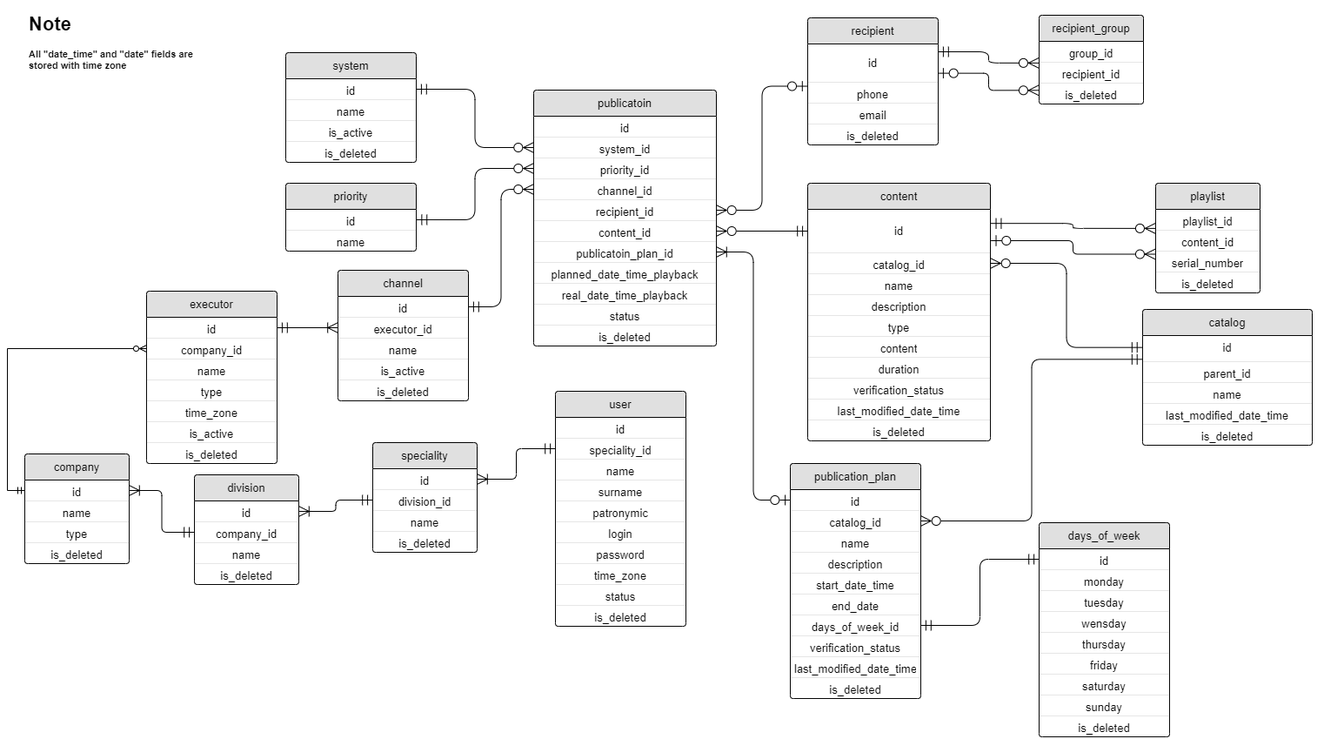
Before: pictures/baza_dannih.png, a diagram exported from draw.io (lehaTumbaev/vokzal-documentation). Source tidied: cells renumbered, new cells last; positions are measured from the earlier drawing's top-left corner, leaving out a move shared by most shapes.
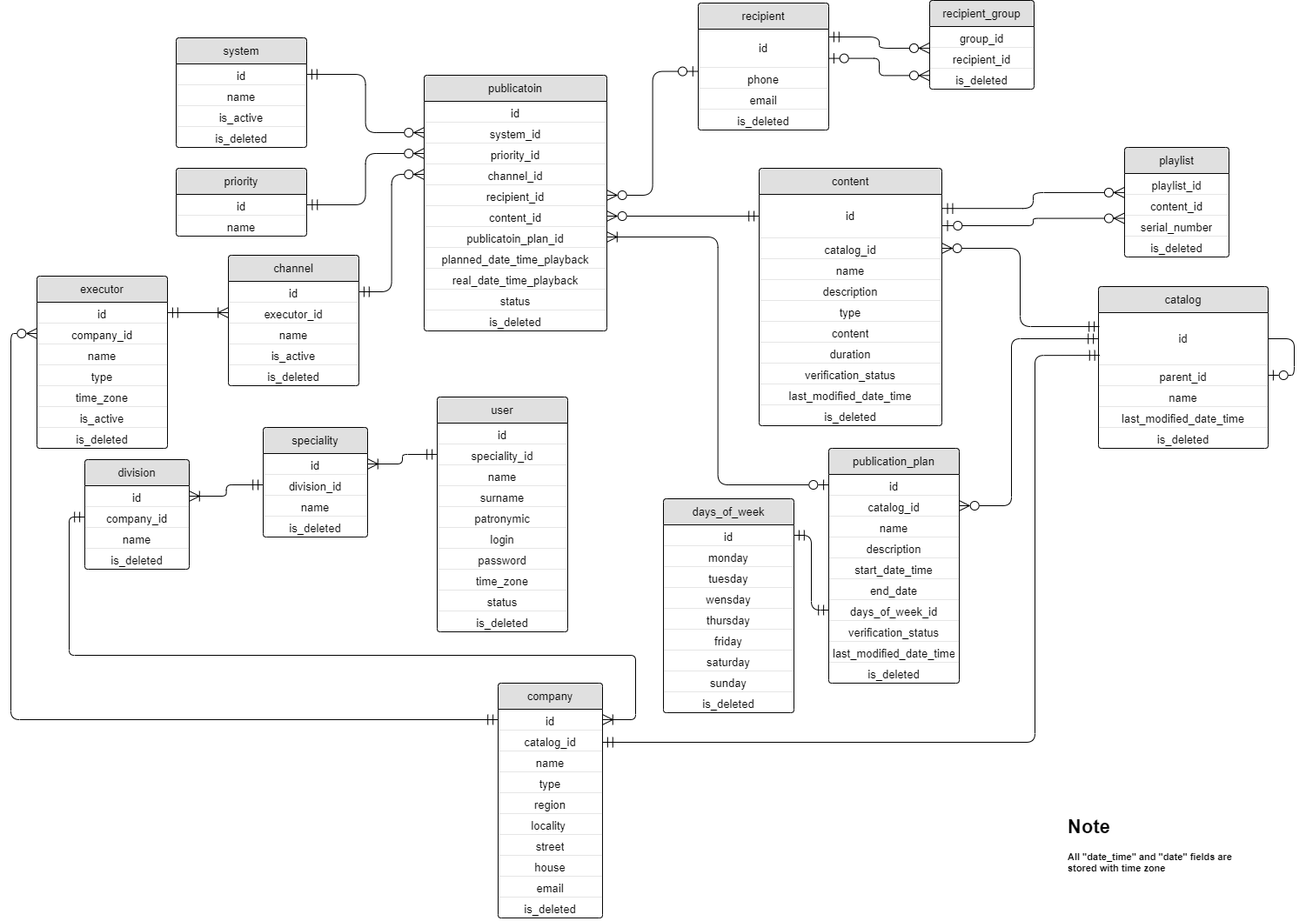
Later version of the same file.

Commit message:
Обновлена таблица company в бд: добавлена связь с catalog, поля для адреса и электронной почты

The edit, as a diff of the source:
```diff
@@ -41,3 +41,3 @@
     <mxCell id="14" value="content" style="html=1;overflow=block;blockSpacing=1;whiteSpace=wrap;swimlane;horizontal=1;fontStyle=0;swimlaneFillColor=#ffffff;startSize=30;whiteSpace=wrap;fontSize=13;align=center;whiteSpace=wrap;spacing=0;strokeOpacity=100;fillOpacity=100;rounded=1;absoluteArcSize=1;arcSize=7.5;strokeWidth=0.8;fillColor=#e0e0e0;" parent="1" vertex="1">
-      <mxGeometry x="900" y="200" width="210" height="296" as="geometry" />
+      <mxGeometry x="970" y="200" width="210" height="296" as="geometry" />
     </mxCell>
@@ -170,3 +170,3 @@
     <mxCell id="57" value="playlist" style="html=1;overflow=block;blockSpacing=1;whiteSpace=wrap;swimlane;horizontal=1;fontStyle=0;swimlaneFillColor=#ffffff;startSize=30;whiteSpace=wrap;fontSize=13;align=center;whiteSpace=wrap;spacing=0;strokeOpacity=100;fillOpacity=100;rounded=1;absoluteArcSize=1;arcSize=7.5;strokeWidth=0.8;fillColor=#e0e0e0;" parent="1" vertex="1">
-      <mxGeometry x="1300" y="200" width="120" height="126" as="geometry" />
+      <mxGeometry x="1390" y="176" width="120" height="126" as="geometry" />
     </mxCell>
@@ -188,18 +188,26 @@
     <mxCell id="63" value="catalog" style="html=1;overflow=block;blockSpacing=1;whiteSpace=wrap;swimlane;horizontal=1;fontStyle=0;swimlaneFillColor=#ffffff;startSize=30;whiteSpace=wrap;fontSize=13;align=center;whiteSpace=wrap;spacing=0;strokeOpacity=100;fillOpacity=100;rounded=1;absoluteArcSize=1;arcSize=7.5;strokeWidth=0.8;fillColor=#e0e0e0;" parent="1" vertex="1">
-      <mxGeometry x="1285" y="345" width="195" height="156" as="geometry" />
+      <mxGeometry x="1360" y="336" width="195" height="186" as="geometry" />
     </mxCell>
+    <mxCell id="134" style="edgeStyle=orthogonalEdgeStyle;rounded=1;jettySize=auto;html=1;exitX=1;exitY=0.5;exitDx=0;exitDy=0;startSize=10;endSize=10;strokeWidth=0.8;endArrow=ERzeroToOne;endFill=0;entryX=1;entryY=0.5;entryDx=0;entryDy=0;" parent="63" edge="1" source="64" target="65">
+      <mxGeometry relative="1" as="geometry">
+        <Array as="points">
+          <mxPoint x="225" y="60" />
+          <mxPoint x="225" y="102" />
+        </Array>
+      </mxGeometry>
+    </mxCell>
-    <mxCell id="64" value="id" style="align=left;verticalAlign=top;spacingLeft=4;spacingRight=4;overflow=hidden;points=[[0,0.5],[1,0.5]];portConstraint=eastwest;html=1;whiteSpace=wrap;swimlaneFillColor=#ffffff;whiteSpace=wrap;fontSize=13;align=center;strokeOpacity=100;fillOpacity=100;opacity=5;" parent="63" vertex="1">
-      <mxGeometry y="30" width="195" height="30" as="geometry" />
+    <mxCell id="64" value="id" style="align=left;verticalAlign=middle;spacingLeft=4;spacingRight=4;overflow=hidden;points=[[0,0.5],[1,0.5]];portConstraint=eastwest;html=1;whiteSpace=wrap;swimlaneFillColor=#ffffff;whiteSpace=wrap;fontSize=13;align=center;strokeOpacity=100;fillOpacity=100;opacity=5;" parent="63" vertex="1">
+      <mxGeometry y="30" width="195" height="60" as="geometry" />
     </mxCell>
     <mxCell id="65" value="parent_id" style="align=left;verticalAlign=top;spacingLeft=4;spacingRight=4;overflow=hidden;points=[[0,0.5],[1,0.5]];portConstraint=eastwest;html=1;whiteSpace=wrap;swimlaneFillColor=#ffffff;whiteSpace=wrap;fontSize=13;align=center;opacity=5;" parent="63" vertex="1">
-      <mxGeometry y="60" width="195" height="24" as="geometry" />
+      <mxGeometry y="90" width="195" height="24" as="geometry" />
     </mxCell>
     <mxCell id="66" value="name" style="align=left;verticalAlign=top;spacingLeft=4;spacingRight=4;overflow=hidden;html=1;whiteSpace=wrap;swimlaneFillColor=#ffffff;whiteSpace=wrap;fontSize=13;align=center;opacity=5;" parent="63" vertex="1">
-      <mxGeometry y="84" width="195" height="24" as="geometry" />
+      <mxGeometry y="114" width="195" height="24" as="geometry" />
     </mxCell>
     <mxCell id="67" value="last_modified_date_time" style="align=left;verticalAlign=top;spacingLeft=4;spacingRight=4;overflow=hidden;html=1;whiteSpace=wrap;swimlaneFillColor=#ffffff;whiteSpace=wrap;fontSize=13;align=center;opacity=5;" parent="63" vertex="1">
-      <mxGeometry y="108" width="195" height="24" as="geometry" />
+      <mxGeometry y="138" width="195" height="24" as="geometry" />
     </mxCell>
     <mxCell id="68" value="is_deleted" style="align=left;verticalAlign=top;spacingLeft=4;spacingRight=4;overflow=hidden;html=1;whiteSpace=wrap;swimlaneFillColor=#ffffff;whiteSpace=wrap;fontSize=13;align=center;strokeOpacity=100;fillOpacity=100;opacity=5;" parent="63" vertex="1">
-      <mxGeometry y="132" width="195" height="24" as="geometry" />
+      <mxGeometry y="162" width="195" height="24" as="geometry" />
     </mxCell>
@@ -213,3 +221,3 @@
     </mxCell>
-    <mxCell id="70" style="html=1;jettySize=18;whiteSpace=wrap;fontSize=13;strokeOpacity=100;strokeWidth=0.8;rounded=1;arcSize=24;edgeStyle=orthogonalEdgeStyle;startArrow=ERmandOne;startSize=10;endArrow=ERzeroToMany;endSize=10;exitX=-0.002;exitY=0.28;exitPerimeter=0;entryX=1;entryY=0.5;entryDx=0;entryDy=0;" parent="1" edge="1" source="63" target="16">
+    <mxCell id="70" style="html=1;jettySize=18;whiteSpace=wrap;fontSize=13;strokeOpacity=100;strokeWidth=0.8;rounded=1;arcSize=24;edgeStyle=orthogonalEdgeStyle;startArrow=ERmandOne;startSize=10;endArrow=ERzeroToMany;endSize=10;exitX=0.005;exitY=0.267;exitPerimeter=0;entryX=1;entryY=0.5;entryDx=0;entryDy=0;exitDx=0;exitDy=0;" parent="1" edge="1" source="64" target="16">
       <mxGeometry relative="1" as="geometry" />
@@ -220,3 +228,3 @@
     <mxCell id="72" value="publication_plan" style="html=1;overflow=block;blockSpacing=1;whiteSpace=wrap;swimlane;horizontal=1;fontStyle=0;swimlaneFillColor=#ffffff;startSize=30;whiteSpace=wrap;fontSize=13;align=center;whiteSpace=wrap;spacing=0;strokeOpacity=100;fillOpacity=100;rounded=1;absoluteArcSize=1;arcSize=7.5;strokeWidth=0.8;fillColor=#e0e0e0;" parent="1" vertex="1">
-      <mxGeometry x="880" y="522" width="150" height="270" as="geometry" />
+      <mxGeometry x="1050" y="522" width="150" height="270" as="geometry" />
     </mxCell>
@@ -279,3 +287,3 @@
     <mxCell id="91" value="user" style="html=1;overflow=block;blockSpacing=1;whiteSpace=wrap;swimlane;horizontal=1;fontStyle=0;swimlaneFillColor=#ffffff;startSize=30;whiteSpace=wrap;fontSize=13;align=center;whiteSpace=wrap;spacing=0;strokeOpacity=100;fillOpacity=100;rounded=1;absoluteArcSize=1;arcSize=7.5;strokeWidth=0.8;fillColor=#e0e0e0;" parent="1" vertex="1">
-      <mxGeometry x="610" y="439" width="150" height="270" as="geometry" />
+      <mxGeometry x="600" y="463" width="150" height="270" as="geometry" />
     </mxCell>
@@ -312,3 +320,3 @@
     <mxCell id="102" value="company" style="html=1;overflow=block;blockSpacing=1;whiteSpace=wrap;swimlane;horizontal=1;fontStyle=0;swimlaneFillColor=#ffffff;startSize=30;whiteSpace=wrap;fontSize=13;align=center;whiteSpace=wrap;spacing=0;strokeOpacity=100;fillOpacity=100;rounded=1;absoluteArcSize=1;arcSize=7.5;strokeWidth=0.8;fillColor=#e0e0e0;" parent="1" vertex="1">
-      <mxGeometry y="511" width="120" height="126" as="geometry" />
+      <mxGeometry x="670" y="792" width="120" height="270" as="geometry" />
     </mxCell>
@@ -317,11 +325,29 @@
     </mxCell>
+    <mxCell id="135" value="catalog_id" style="align=left;verticalAlign=top;spacingLeft=4;spacingRight=4;overflow=hidden;html=1;whiteSpace=wrap;swimlaneFillColor=#ffffff;whiteSpace=wrap;fontSize=13;align=center;strokeOpacity=100;fillOpacity=100;opacity=5;" parent="102" vertex="1">
+      <mxGeometry y="54" width="120" height="24" as="geometry" />
+    </mxCell>
     <mxCell id="104" value="name" style="align=left;verticalAlign=top;spacingLeft=4;spacingRight=4;overflow=hidden;html=1;whiteSpace=wrap;swimlaneFillColor=#ffffff;whiteSpace=wrap;fontSize=13;align=center;opacity=5;" parent="102" vertex="1">
-      <mxGeometry y="54" width="120" height="24" as="geometry" />
+      <mxGeometry y="78" width="120" height="24" as="geometry" />
     </mxCell>
     <mxCell id="105" value="type" style="align=left;verticalAlign=top;spacingLeft=4;spacingRight=4;overflow=hidden;html=1;whiteSpace=wrap;swimlaneFillColor=#ffffff;whiteSpace=wrap;fontSize=13;align=center;strokeOpacity=100;fillOpacity=100;opacity=5;" parent="102" vertex="1">
-      <mxGeometry y="78" width="120" height="24" as="geometry" />
+      <mxGeometry y="102" width="120" height="24" as="geometry" />
     </mxCell>
-    <mxCell id="106" value="is_deleted" style="align=left;verticalAlign=top;spacingLeft=4;spacingRight=4;overflow=hidden;html=1;whiteSpace=wrap;swimlaneFillColor=#ffffff;whiteSpace=wrap;fontSize=13;align=center;opacity=5;" parent="102" vertex="1">
-      <mxGeometry y="102" width="120" height="24" as="geometry" />
+    <mxCell id="106" value="region" style="align=left;verticalAlign=top;spacingLeft=4;spacingRight=4;overflow=hidden;html=1;whiteSpace=wrap;swimlaneFillColor=#ffffff;whiteSpace=wrap;fontSize=13;align=center;opacity=5;" parent="102" vertex="1">
+      <mxGeometry y="126" width="120" height="24" as="geometry" />
     </mxCell>
+    <mxCell id="136" value="locality&amp;nbsp;" style="align=left;verticalAlign=top;spacingLeft=4;spacingRight=4;overflow=hidden;html=1;whiteSpace=wrap;swimlaneFillColor=#ffffff;whiteSpace=wrap;fontSize=13;align=center;strokeOpacity=100;fillOpacity=100;opacity=5;" parent="102" vertex="1">
+      <mxGeometry y="150" width="120" height="24" as="geometry" />
+    </mxCell>
+    <mxCell id="137" value="street" style="align=left;verticalAlign=top;spacingLeft=4;spacingRight=4;overflow=hidden;html=1;whiteSpace=wrap;swimlaneFillColor=#ffffff;whiteSpace=wrap;fontSize=13;align=center;strokeOpacity=100;fillOpacity=100;opacity=5;" parent="102" vertex="1">
+      <mxGeometry y="174" width="120" height="24" as="geometry" />
+    </mxCell>
+    <mxCell id="138" value="house" style="align=left;verticalAlign=top;spacingLeft=4;spacingRight=4;overflow=hidden;html=1;whiteSpace=wrap;swimlaneFillColor=#ffffff;whiteSpace=wrap;fontSize=13;align=center;strokeOpacity=100;fillOpacity=100;opacity=5;" parent="102" vertex="1">
+      <mxGeometry y="198" width="120" height="24" as="geometry" />
+    </mxCell>
+    <mxCell id="139" value="email" style="align=left;verticalAlign=top;spacingLeft=4;spacingRight=4;overflow=hidden;html=1;whiteSpace=wrap;swimlaneFillColor=#ffffff;whiteSpace=wrap;fontSize=13;align=center;strokeOpacity=100;fillOpacity=100;opacity=5;" parent="102" vertex="1">
+      <mxGeometry y="222" width="120" height="24" as="geometry" />
+    </mxCell>
+    <mxCell id="140" value="is_deleted" style="align=left;verticalAlign=top;spacingLeft=4;spacingRight=4;overflow=hidden;html=1;whiteSpace=wrap;swimlaneFillColor=#ffffff;whiteSpace=wrap;fontSize=13;align=center;strokeOpacity=100;fillOpacity=100;opacity=5;" parent="102" vertex="1">
+      <mxGeometry y="246" width="120" height="24" as="geometry" />
+    </mxCell>
     <mxCell id="107" style="html=1;jettySize=18;whiteSpace=wrap;fontSize=13;strokeWidth=0.8;rounded=1;arcSize=12;edgeStyle=orthogonalEdgeStyle;startArrow=ERoneToMany;startSize=10;endArrow=ERmandOne;endSize=10;exitX=1;exitY=0.5;entryX=0;entryY=0.5;exitDx=0;exitDy=0;entryDx=0;entryDy=0;" parent="1" edge="1" source="115" target="93">
@@ -344,4 +370,11 @@
     </mxCell>
-    <mxCell id="113" style="html=1;jettySize=18;whiteSpace=wrap;fontSize=13;strokeWidth=0.8;rounded=1;arcSize=12;edgeStyle=orthogonalEdgeStyle;startArrow=ERmandOne;startSize=10;endArrow=ERoneToMany;endSize=10;exitX=0;exitY=0.5;entryX=1;entryY=0.5;entryDx=0;entryDy=0;exitDx=0;exitDy=0;" parent="1" edge="1" source="110" target="103">
-      <mxGeometry relative="1" as="geometry" />
+    <mxCell id="113" style="html=1;jettySize=18;whiteSpace=wrap;fontSize=13;strokeWidth=0.8;rounded=1;arcSize=12;edgeStyle=orthogonalEdgeStyle;startArrow=ERmandOne;startSize=10;endArrow=ERoneToMany;endSize=10;exitX=0;exitY=0.5;exitDx=0;exitDy=0;entryX=1;entryY=0.5;entryDx=0;entryDy=0;" parent="1" edge="1" source="110" target="103">
+      <mxGeometry relative="1" as="geometry">
+        <Array as="points">
+          <mxPoint x="177" y="601" />
+          <mxPoint x="177" y="760" />
+          <mxPoint x="828" y="760" />
+          <mxPoint x="828" y="834" />
+        </Array>
+      </mxGeometry>
     </mxCell>
@@ -365,10 +398,20 @@
     </mxCell>
-    <mxCell id="120" style="edgeStyle=orthogonalEdgeStyle;rounded=0;jettySize=auto;html=1;exitX=0;exitY=0.5;exitDx=0;exitDy=0;startArrow=ERmandOne;startFill=0;endArrow=ERzeroToMany;endFill=0;entryX=0;entryY=0.5;entryDx=0;entryDy=0;" parent="1" edge="1" source="103" target="36">
-      <mxGeometry relative="1" as="geometry" />
+    <mxCell id="120" style="edgeStyle=orthogonalEdgeStyle;rounded=1;jettySize=auto;html=1;exitX=0;exitY=0.5;exitDx=0;exitDy=0;startArrow=ERmandOne;startFill=0;endArrow=ERzeroToMany;endFill=0;entryX=0;entryY=0.5;entryDx=0;entryDy=0;strokeWidth=0.8;endSize=10;startSize=10;" parent="1" edge="1" source="103" target="36">
+      <mxGeometry relative="1" as="geometry">
+        <Array as="points">
+          <mxPoint x="110" y="834" />
+          <mxPoint x="110" y="390" />
+        </Array>
+      </mxGeometry>
     </mxCell>
-    <mxCell id="121" style="rounded=1;jettySize=auto;html=1;exitX=1;exitY=0.5;exitDx=0;exitDy=0;edgeStyle=orthogonalEdgeStyle;elbow=vertical;strokeWidth=0.8;endSize=10;startSize=10;startArrow=ERzeroToMany;startFill=0;endArrow=ERmandOne;endFill=0;entryX=-0.002;entryY=0.91;entryDx=0;entryDy=0;entryPerimeter=0;" parent="1" edge="1" source="74" target="64">
-      <mxGeometry relative="1" as="geometry" />
+    <mxCell id="121" style="rounded=1;jettySize=auto;html=1;exitX=1;exitY=0.5;exitDx=0;exitDy=0;edgeStyle=orthogonalEdgeStyle;elbow=vertical;strokeWidth=0.8;endSize=10;startSize=10;startArrow=ERzeroToMany;startFill=0;endArrow=ERmandOne;endFill=0;entryX=0;entryY=0.5;entryDx=0;entryDy=0;" parent="1" edge="1" source="74" target="64">
+      <mxGeometry relative="1" as="geometry">
+        <Array as="points">
+          <mxPoint x="1260" y="588" />
+          <mxPoint x="1260" y="396" />
+        </Array>
+      </mxGeometry>
     </mxCell>
     <mxCell id="122" value="days_of_week" style="html=1;overflow=block;blockSpacing=1;whiteSpace=wrap;swimlane;horizontal=1;fontStyle=0;swimlaneFillColor=#ffffff;startSize=30;whiteSpace=wrap;fontSize=13;align=center;whiteSpace=wrap;spacing=0;strokeOpacity=100;fillOpacity=100;rounded=1;absoluteArcSize=1;arcSize=7.5;strokeWidth=0.8;fillColor=#e0e0e0;" parent="1" vertex="1">
-      <mxGeometry x="1166" y="590" width="150" height="246" as="geometry" />
+      <mxGeometry x="860" y="580" width="150" height="246" as="geometry" />
     </mxCell>
@@ -401,3 +444,3 @@
     </mxCell>
-    <mxCell id="132" style="edgeStyle=orthogonalEdgeStyle;shape=connector;rounded=1;jettySize=auto;html=1;exitX=1;exitY=0.5;exitDx=0;exitDy=0;entryX=0;entryY=0.5;entryDx=0;entryDy=0;labelBackgroundColor=default;fontFamily=Helvetica;fontSize=11;fontColor=default;startArrow=ERmandOne;startFill=0;endArrow=ERmandOne;endFill=0;startSize=10;endSize=10;strokeColor=default;strokeWidth=0.8;elbow=vertical;" parent="1" edge="1" source="79" target="123">
+    <mxCell id="132" style="edgeStyle=orthogonalEdgeStyle;shape=connector;rounded=1;jettySize=auto;html=1;exitX=0;exitY=0.5;exitDx=0;exitDy=0;entryX=1;entryY=0.5;entryDx=0;entryDy=0;labelBackgroundColor=default;fontFamily=Helvetica;fontSize=11;fontColor=default;startArrow=ERmandOne;startFill=0;endArrow=ERmandOne;endFill=0;startSize=10;endSize=10;strokeColor=default;strokeWidth=0.8;elbow=vertical;" parent="1" edge="1" source="79" target="123">
       <mxGeometry relative="1" as="geometry" />
@@ -405,4 +448,14 @@
     <mxCell id="133" value="&lt;h1&gt;Note&lt;/h1&gt;&lt;div&gt;&lt;b&gt;All &quot;date_time&quot; and &quot;date&quot; fields are&lt;br&gt;stored with time zone&lt;/b&gt;&lt;/div&gt;&lt;div&gt;&lt;br&gt;&lt;/div&gt;" style="text;html=1;strokeColor=none;fillColor=none;spacing=5;spacingTop=-20;whiteSpace=wrap;overflow=hidden;rounded=0;fontFamily=Helvetica;fontSize=11;fontColor=default;" parent="1" vertex="1">
-      <mxGeometry width="210" height="80" as="geometry" />
+      <mxGeometry x="1320" y="940" width="210" height="80" as="geometry" />
     </mxCell>
+    <mxCell id="141" style="edgeStyle=orthogonalEdgeStyle;rounded=1;jettySize=auto;html=1;endArrow=ERmandOne;endFill=0;startSize=10;endSize=10;strokeWidth=0.8;entryX=0.008;entryY=0.818;entryDx=0;entryDy=0;entryPerimeter=0;startArrow=ERmandOne;startFill=0;" parent="1" edge="1" target="64">
+      <mxGeometry relative="1" as="geometry">
+        <mxPoint x="790" y="860" as="sourcePoint" />
+        <Array as="points">
+          <mxPoint x="790" y="860" />
+          <mxPoint x="1287" y="860" />
+          <mxPoint x="1287" y="415" />
+        </Array>
+      </mxGeometry>
+    </mxCell>
   </root>
```
